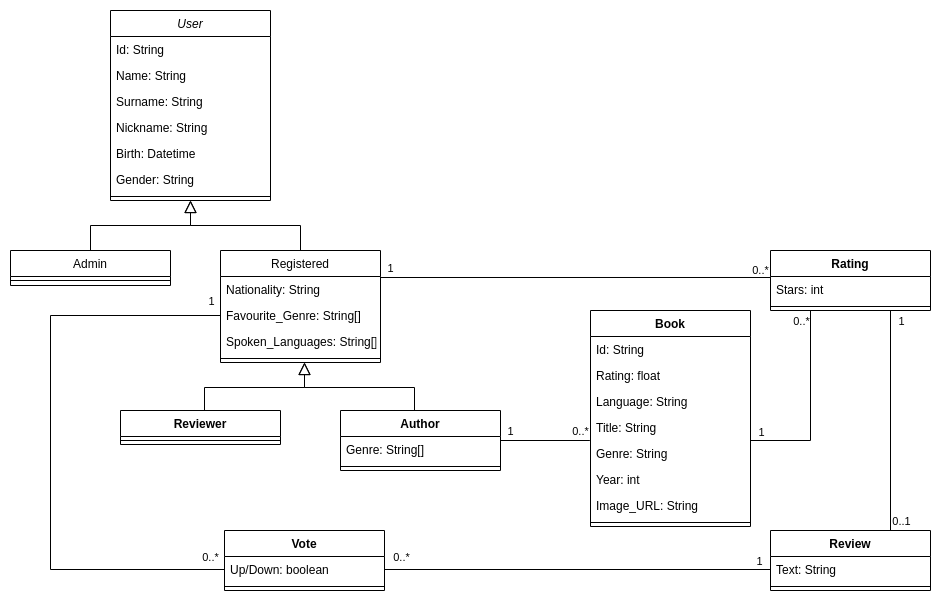
Froffri/BookAdvisor keeps this draw.io diagram as media/UML_Class.drawio.png. Above is the earlier version. Source tidied: cells renumbered, new cells last; positions are measured from the earlier drawing's top-left corner, leaving out a move shared by most shapes.
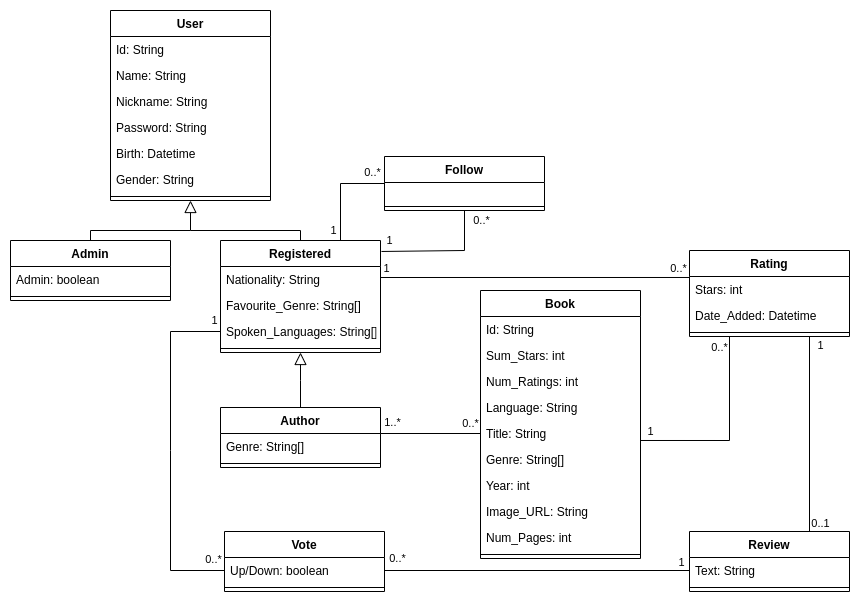
The same diagram one commit later.

Commit message:
Updated UML Class diagram

Diff of the diagram source:
```diff
@@ -2,7 +2,7 @@
   <root>
     <mxCell id="0" />
     <mxCell id="1" parent="0" />
-    <mxCell id="2" value="User" style="swimlane;fontStyle=2;align=center;verticalAlign=top;horizontal=1;startSize=26;rounded=0;shadow=0;strokeWidth=1;" parent="1" vertex="1">
+    <mxCell id="2" value="User" style="swimlane;fontStyle=1;align=center;verticalAlign=top;horizontal=1;startSize=26;rounded=0;shadow=0;strokeWidth=1;" parent="1" vertex="1">
       <mxGeometry x="100" width="160" height="190" as="geometry" />
     </mxCell>
     <mxCell id="3" value="Id: String" style="text;align=left;verticalAlign=top;spacingLeft=4;spacingRight=4;overflow=hidden;" parent="2" vertex="1">
@@ -11,12 +11,12 @@
     <mxCell id="4" value="Name: String" style="text;align=left;verticalAlign=top;spacingLeft=4;spacingRight=4;overflow=hidden;" parent="2" vertex="1">
       <mxGeometry y="52" width="160" height="26" as="geometry" />
     </mxCell>
+    <mxCell id="6" value="Nickname: String" style="text;align=left;verticalAlign=top;spacingLeft=4;spacingRight=4;overflow=hidden;" parent="2" vertex="1">
+      <mxGeometry y="78" width="160" height="26" as="geometry" />
+    </mxCell>
-    <mxCell id="5" value="Surname: String" style="text;align=left;verticalAlign=top;spacingLeft=4;spacingRight=4;overflow=hidden;" parent="2" vertex="1">
-      <mxGeometry y="78" width="160" height="26" as="geometry" />
+    <mxCell id="5" value="Password: String" style="text;align=left;verticalAlign=top;spacingLeft=4;spacingRight=4;overflow=hidden;" parent="2" vertex="1">
+      <mxGeometry y="104" width="160" height="26" as="geometry" />
     </mxCell>
-    <mxCell id="6" value="Nickname: String" style="text;align=left;verticalAlign=top;spacingLeft=4;spacingRight=4;overflow=hidden;" parent="2" vertex="1">
-      <mxGeometry y="104" width="160" height="26" as="geometry" />
-    </mxCell>
     <mxCell id="7" value="Birth: Datetime" style="text;align=left;verticalAlign=top;spacingLeft=4;spacingRight=4;overflow=hidden;" parent="2" vertex="1">
       <mxGeometry y="130" width="160" height="26" as="geometry" />
     </mxCell>
@@ -26,17 +26,16 @@
     <mxCell id="9" style="line;html=1;strokeWidth=1;align=left;verticalAlign=middle;spacingTop=-1;spacingLeft=3;spacingRight=3;labelPosition=right;" parent="2" vertex="1">
       <mxGeometry y="182" width="160" height="8" as="geometry" />
     </mxCell>
-    <mxCell id="10" value="Admin" style="swimlane;fontStyle=0;align=center;verticalAlign=top;horizontal=1;startSize=26;rounded=0;shadow=0;strokeWidth=1;" parent="1" vertex="1">
-      <mxGeometry y="240" width="160" height="35" as="geometry" />
-    </mxCell>
-    <mxCell id="11" style="line;html=1;strokeWidth=1;align=left;verticalAlign=middle;spacingTop=-1;spacingLeft=3;spacingRight=3;labelPosition=right;" parent="10" vertex="1">
-      <mxGeometry y="26" width="160" height="8" as="geometry" />
-    </mxCell>
-    <mxCell id="12" style="endArrow=block;endSize=10;endFill=0;shadow=0;strokeWidth=1;rounded=0;edgeStyle=elbowEdgeStyle;elbow=vertical;" parent="1" edge="1" source="10" target="2">
-      <mxGeometry relative="1" as="geometry" />
+    <mxCell id="12" style="endArrow=block;endSize=10;endFill=0;shadow=0;strokeWidth=1;rounded=0;edgeStyle=elbowEdgeStyle;elbow=vertical;exitX=0.5;exitY=0;exitDx=0;exitDy=0;" parent="1" edge="1" source="10">
+      <mxGeometry relative="1" as="geometry">
+        <mxPoint x="180" y="190" as="targetPoint" />
+        <Array as="points">
+          <mxPoint x="130" y="220" />
+        </Array>
+      </mxGeometry>
     </mxCell>
-    <mxCell id="13" value="Registered" style="swimlane;fontStyle=0;align=center;verticalAlign=top;horizontal=1;startSize=26;rounded=0;shadow=0;strokeWidth=1;" parent="1" vertex="1">
-      <mxGeometry x="210" y="240" width="160" height="112" as="geometry" />
+    <mxCell id="13" value="Registered" style="swimlane;fontStyle=1;align=center;verticalAlign=top;horizontal=1;startSize=26;rounded=0;shadow=0;strokeWidth=1;" parent="1" vertex="1">
+      <mxGeometry x="210" y="230" width="160" height="112" as="geometry" />
     </mxCell>
     <mxCell id="14" value="Nationality: String" style="text;align=left;verticalAlign=top;spacingLeft=4;spacingRight=4;overflow=hidden;" parent="13" vertex="1">
       <mxGeometry y="26" width="160" height="26" as="geometry" />
@@ -50,29 +49,11 @@
     <mxCell id="17" style="line;html=1;strokeWidth=1;align=left;verticalAlign=middle;spacingTop=-1;spacingLeft=3;spacingRight=3;labelPosition=right;" parent="13" vertex="1">
       <mxGeometry y="104" width="160" height="8" as="geometry" />
     </mxCell>
-    <mxCell id="18" style="endArrow=block;endSize=10;endFill=0;shadow=0;strokeWidth=1;rounded=0;edgeStyle=elbowEdgeStyle;elbow=vertical;" parent="1" edge="1" source="13" target="2">
-      <mxGeometry relative="1" as="geometry" />
-    </mxCell>
-    <mxCell id="19" style="endArrow=block;endSize=10;endFill=0;shadow=0;strokeWidth=1;rounded=0;edgeStyle=elbowEdgeStyle;elbow=vertical;" parent="1" edge="1">
-      <mxGeometry relative="1" as="geometry">
-        <mxPoint x="404" y="402" as="sourcePoint" />
-        <mxPoint x="294" y="352" as="targetPoint" />
-      </mxGeometry>
+    <mxCell id="19" style="endArrow=block;endSize=10;endFill=0;shadow=0;strokeWidth=1;rounded=0;edgeStyle=elbowEdgeStyle;elbow=vertical;exitX=0.5;exitY=0;exitDx=0;exitDy=0;entryX=0.5;entryY=1;entryDx=0;entryDy=0;" parent="1" edge="1" source="23" target="13">
+      <mxGeometry relative="1" as="geometry" />
     </mxCell>
-    <mxCell id="20" style="endArrow=block;endSize=10;endFill=0;shadow=0;strokeWidth=1;rounded=0;edgeStyle=elbowEdgeStyle;elbow=vertical;" parent="1" edge="1">
-      <mxGeometry relative="1" as="geometry">
-        <mxPoint x="194" y="402" as="sourcePoint" />
-        <mxPoint x="294" y="352" as="targetPoint" />
-      </mxGeometry>
-    </mxCell>
-    <mxCell id="21" value="Reviewer" style="swimlane;fontStyle=1;align=center;verticalAlign=top;horizontal=1;startSize=26;" parent="1" vertex="1">
-      <mxGeometry x="110" y="400" width="160" height="34" as="geometry" />
-    </mxCell>
-    <mxCell id="22" style="line;strokeWidth=1;fillColor=none;align=left;verticalAlign=middle;spacingTop=-1;spacingLeft=3;spacingRight=3;labelPosition=right;strokeColor=inherit;" parent="21" vertex="1">
-      <mxGeometry y="26" width="160" height="8" as="geometry" />
-    </mxCell>
     <mxCell id="23" value="Author" style="swimlane;fontStyle=1;align=center;verticalAlign=top;horizontal=1;startSize=26;" parent="1" vertex="1">
-      <mxGeometry x="330" y="400" width="160" height="60" as="geometry" />
+      <mxGeometry x="210" y="397" width="160" height="60" as="geometry" />
     </mxCell>
     <mxCell id="24" value="Genre: String[]" style="text;strokeColor=none;fillColor=none;align=left;verticalAlign=top;spacingLeft=4;spacingRight=4;overflow=hidden;points=[[0,0.5],[1,0.5]];portConstraint=eastwest;" parent="23" vertex="1">
       <mxGeometry y="26" width="160" height="26" as="geometry" />
@@ -81,53 +62,62 @@
       <mxGeometry y="52" width="160" height="8" as="geometry" />
     </mxCell>
     <mxCell id="26" value="Book" style="swimlane;fontStyle=1;align=center;verticalAlign=top;horizontal=1;startSize=26;" parent="1" vertex="1">
-      <mxGeometry x="580" y="300" width="160" height="216" as="geometry" />
+      <mxGeometry x="470" y="280" width="160" height="268" as="geometry" />
     </mxCell>
     <mxCell id="27" value="Id: String" style="text;strokeColor=none;fillColor=none;align=left;verticalAlign=top;spacingLeft=4;spacingRight=4;overflow=hidden;" parent="26" vertex="1">
       <mxGeometry y="26" width="160" height="26" as="geometry" />
     </mxCell>
-    <mxCell id="28" value="Rating: float" style="text;strokeColor=none;fillColor=none;align=left;verticalAlign=top;spacingLeft=4;spacingRight=4;overflow=hidden;" parent="26" vertex="1">
+    <mxCell id="28" value="Sum_Stars: int" style="text;strokeColor=none;fillColor=none;align=left;verticalAlign=top;spacingLeft=4;spacingRight=4;overflow=hidden;" parent="26" vertex="1">
       <mxGeometry y="52" width="160" height="26" as="geometry" />
     </mxCell>
+    <mxCell id="62" value="Num_Ratings: int" style="text;strokeColor=none;fillColor=none;align=left;verticalAlign=top;spacingLeft=4;spacingRight=4;overflow=hidden;" parent="26" vertex="1">
+      <mxGeometry y="78" width="160" height="26" as="geometry" />
+    </mxCell>
     <mxCell id="29" value="Language: String" style="text;strokeColor=none;fillColor=none;align=left;verticalAlign=top;spacingLeft=4;spacingRight=4;overflow=hidden;" parent="26" vertex="1">
-      <mxGeometry y="78" width="160" height="26" as="geometry" />
+      <mxGeometry y="104" width="160" height="26" as="geometry" />
     </mxCell>
     <mxCell id="30" value="Title: String" style="text;strokeColor=none;fillColor=none;align=left;verticalAlign=top;spacingLeft=4;spacingRight=4;overflow=hidden;points=[[0,0.5],[1,0.5]];portConstraint=eastwest;" parent="26" vertex="1">
-      <mxGeometry y="104" width="160" height="26" as="geometry" />
+      <mxGeometry y="130" width="160" height="26" as="geometry" />
     </mxCell>
-    <mxCell id="31" value="Genre: String" style="text;strokeColor=none;fillColor=none;align=left;verticalAlign=top;spacingLeft=4;spacingRight=4;overflow=hidden;points=[[0,0.5],[1,0.5]];portConstraint=eastwest;" parent="26" vertex="1">
-      <mxGeometry y="130" width="160" height="26" as="geometry" />
+    <mxCell id="31" value="Genre: String[]" style="text;strokeColor=none;fillColor=none;align=left;verticalAlign=top;spacingLeft=4;spacingRight=4;overflow=hidden;points=[[0,0.5],[1,0.5]];portConstraint=eastwest;" parent="26" vertex="1">
+      <mxGeometry y="156" width="160" height="26" as="geometry" />
     </mxCell>
     <mxCell id="32" value="Year: int" style="text;strokeColor=none;fillColor=none;align=left;verticalAlign=top;spacingLeft=4;spacingRight=4;overflow=hidden;" parent="26" vertex="1">
-      <mxGeometry y="156" width="160" height="26" as="geometry" />
+      <mxGeometry y="182" width="160" height="26" as="geometry" />
     </mxCell>
     <mxCell id="33" value="Image_URL: String&#10;" style="text;strokeColor=none;fillColor=none;align=left;verticalAlign=top;spacingLeft=4;spacingRight=4;overflow=hidden;" parent="26" vertex="1">
-      <mxGeometry y="182" width="160" height="26" as="geometry" />
+      <mxGeometry y="208" width="160" height="26" as="geometry" />
     </mxCell>
+    <mxCell id="63" value="Num_Pages: int" style="text;strokeColor=none;fillColor=none;align=left;verticalAlign=top;spacingLeft=4;spacingRight=4;overflow=hidden;" parent="26" vertex="1">
+      <mxGeometry y="234" width="160" height="26" as="geometry" />
+    </mxCell>
     <mxCell id="34" style="line;strokeWidth=1;fillColor=none;align=left;verticalAlign=middle;spacingTop=-1;spacingLeft=3;spacingRight=3;labelPosition=right;strokeColor=inherit;" parent="26" vertex="1">
-      <mxGeometry y="208" width="160" height="8" as="geometry" />
+      <mxGeometry y="260" width="160" height="8" as="geometry" />
     </mxCell>
-    <mxCell id="35" style="endArrow=none;html=1;rounded=0;exitX=1;exitY=0.5;exitDx=0;exitDy=0;entryX=-0.004;entryY=0;entryDx=0;entryDy=0;entryPerimeter=0;" parent="1" edge="1" source="23" target="31">
+    <mxCell id="35" style="endArrow=none;html=1;rounded=0;entryX=0;entryY=0.5;entryDx=0;entryDy=0;exitX=1;exitY=0;exitDx=0;exitDy=0;exitPerimeter=0;" parent="1" edge="1" source="24" target="30">
       <mxGeometry relative="1" as="geometry" />
     </mxCell>
-    <mxCell id="36" value="1" style="edgeLabel;html=1;align=center;verticalAlign=middle;" parent="35" vertex="1">
-      <mxGeometry x="-0.41" y="-4" relative="1" as="geometry">
-        <mxPoint x="-17" y="-14" as="offset" />
-      </mxGeometry>
-    </mxCell>
     <mxCell id="37" value="0..*" style="edgeLabel;html=1;align=center;verticalAlign=middle;" parent="35" vertex="1">
       <mxGeometry x="0.79" y="3" relative="1" as="geometry">
-        <mxPoint x="-1" y="-7" as="offset" />
+        <mxPoint y="-8" as="offset" />
       </mxGeometry>
     </mxCell>
+    <mxCell id="64" value="1..*" style="edgeLabel;html=1;align=center;verticalAlign=middle;" parent="35" vertex="1">
+      <mxGeometry x="-0.59" y="3" relative="1" as="geometry">
+        <mxPoint x="-10" y="-9" as="offset" />
+      </mxGeometry>
+    </mxCell>
     <mxCell id="38" value="Rating" style="swimlane;fontStyle=1;align=center;verticalAlign=top;horizontal=1;startSize=26;" parent="1" vertex="1">
-      <mxGeometry x="760" y="240" width="160" height="60" as="geometry" />
+      <mxGeometry x="679" y="240" width="160" height="86" as="geometry" />
     </mxCell>
     <mxCell id="39" value="Stars: int" style="text;strokeColor=none;fillColor=none;align=left;verticalAlign=top;spacingLeft=4;spacingRight=4;overflow=hidden;points=[[0,0.5],[1,0.5]];portConstraint=eastwest;" parent="38" vertex="1">
       <mxGeometry y="26" width="160" height="26" as="geometry" />
     </mxCell>
+    <mxCell id="65" value="Date_Added: Datetime" style="text;strokeColor=none;fillColor=none;align=left;verticalAlign=top;spacingLeft=4;spacingRight=4;overflow=hidden;" parent="38" vertex="1">
+      <mxGeometry y="52" width="160" height="26" as="geometry" />
+    </mxCell>
     <mxCell id="40" style="line;strokeWidth=1;fillColor=none;align=left;verticalAlign=middle;spacingTop=-1;spacingLeft=3;spacingRight=3;labelPosition=right;points=[];portConstraint=eastwest;strokeColor=inherit;" parent="38" vertex="1">
-      <mxGeometry y="52" width="160" height="8" as="geometry" />
+      <mxGeometry y="78" width="160" height="8" as="geometry" />
     </mxCell>
     <mxCell id="41" style="endArrow=none;html=1;rounded=0;exitX=0;exitY=0.038;exitDx=0;exitDy=0;exitPerimeter=0;" parent="1" edge="1" source="39">
       <mxGeometry relative="1" as="geometry">
@@ -141,11 +131,11 @@
     </mxCell>
     <mxCell id="43" value="0..*" style="edgeLabel;html=1;align=center;verticalAlign=middle;" parent="41" vertex="1">
       <mxGeometry x="-0.89" y="-1" relative="1" as="geometry">
-        <mxPoint x="11" y="-6" as="offset" />
+        <mxPoint x="6" y="-8" as="offset" />
       </mxGeometry>
     </mxCell>
     <mxCell id="44" value="Review" style="swimlane;fontStyle=1;align=center;verticalAlign=top;horizontal=1;startSize=26;" parent="1" vertex="1">
-      <mxGeometry x="760" y="520" width="160" height="60" as="geometry" />
+      <mxGeometry x="679" y="521" width="160" height="60" as="geometry" />
     </mxCell>
     <mxCell id="45" value="Text: String" style="text;strokeColor=none;fillColor=none;align=left;verticalAlign=top;spacingLeft=4;spacingRight=4;overflow=hidden;points=[[0,0.5],[1,0.5]];portConstraint=eastwest;" parent="44" vertex="1">
       <mxGeometry y="26" width="160" height="26" as="geometry" />
@@ -158,7 +148,7 @@
     </mxCell>
     <mxCell id="48" value="0..1" style="edgeLabel;html=1;align=center;verticalAlign=middle;" parent="47" vertex="1">
       <mxGeometry x="-0.8" y="-1" relative="1" as="geometry">
-        <mxPoint x="9" y="12" as="offset" />
+        <mxPoint x="9" y="10" as="offset" />
       </mxGeometry>
     </mxCell>
     <mxCell id="49" value="1" style="edgeLabel;html=1;align=center;verticalAlign=middle;" parent="47" vertex="1">
@@ -167,7 +157,7 @@
       </mxGeometry>
     </mxCell>
     <mxCell id="50" value="Vote" style="swimlane;fontStyle=1;align=center;verticalAlign=top;horizontal=1;startSize=26;" parent="1" vertex="1">
-      <mxGeometry x="214" y="520" width="160" height="60" as="geometry" />
+      <mxGeometry x="214" y="521" width="160" height="60" as="geometry" />
     </mxCell>
     <mxCell id="51" value="Up/Down: boolean" style="text;strokeColor=none;fillColor=none;align=left;verticalAlign=top;spacingLeft=4;spacingRight=4;overflow=hidden;points=[[0,0.5],[1,0.5]];portConstraint=eastwest;" parent="50" vertex="1">
       <mxGeometry y="26" width="160" height="26" as="geometry" />
@@ -175,7 +165,7 @@
     <mxCell id="52" style="line;strokeWidth=1;fillColor=none;align=left;verticalAlign=middle;spacingTop=-1;spacingLeft=3;spacingRight=3;labelPosition=right;strokeColor=inherit;" parent="50" vertex="1">
       <mxGeometry y="52" width="160" height="8" as="geometry" />
     </mxCell>
-    <mxCell id="53" style="endArrow=none;html=1;rounded=0;exitX=1;exitY=0.5;exitDx=0;exitDy=0;entryX=0;entryY=0.5;entryDx=0;entryDy=0;" parent="1" edge="1" source="51" target="45">
+    <mxCell id="53" style="endArrow=none;html=1;rounded=0;entryX=0;entryY=0.5;entryDx=0;entryDy=0;exitX=1;exitY=0.5;exitDx=0;exitDy=0;" parent="1" edge="1" source="51" target="45">
       <mxGeometry relative="1" as="geometry" />
     </mxCell>
     <mxCell id="54" value="0..*" style="edgeLabel;html=1;align=center;verticalAlign=middle;" parent="53" vertex="1">
@@ -188,29 +178,29 @@
         <mxPoint y="-9" as="offset" />
       </mxGeometry>
     </mxCell>
-    <mxCell id="56" style="endArrow=none;html=1;rounded=0;entryX=0;entryY=0.5;entryDx=0;entryDy=0;exitX=0;exitY=0.5;exitDx=0;exitDy=0;" parent="1" edge="1" source="51" target="15">
+    <mxCell id="56" style="endArrow=none;html=1;rounded=0;entryX=0;entryY=0.5;entryDx=0;entryDy=0;exitX=0;exitY=0.5;exitDx=0;exitDy=0;" parent="1" edge="1" source="51" target="16">
       <mxGeometry relative="1" as="geometry">
         <Array as="points">
-          <mxPoint x="40" y="559" />
-          <mxPoint x="40" y="305" />
+          <mxPoint x="160" y="560" />
+          <mxPoint x="160" y="440" />
+          <mxPoint x="160" y="321" />
         </Array>
       </mxGeometry>
     </mxCell>
     <mxCell id="57" value="0..*" style="edgeLabel;html=1;align=center;verticalAlign=middle;" parent="56" vertex="1">
       <mxGeometry x="-0.95" y="-1" relative="1" as="geometry">
-        <mxPoint y="-12" as="offset" />
+        <mxPoint x="-3" y="-11" as="offset" />
       </mxGeometry>
     </mxCell>
     <mxCell id="58" value="1" style="edgeLabel;html=1;align=center;verticalAlign=middle;" parent="56" vertex="1">
       <mxGeometry x="0.96" y="-1" relative="1" as="geometry">
-        <mxPoint x="3" y="-16" as="offset" />
+        <mxPoint y="-13" as="offset" />
       </mxGeometry>
     </mxCell>
-    <mxCell id="59" style="endArrow=none;html=1;rounded=0;entryX=0.25;entryY=1;entryDx=0;entryDy=0;" parent="1" edge="1" target="38">
+    <mxCell id="59" style="endArrow=none;html=1;rounded=0;entryX=0.25;entryY=1;entryDx=0;entryDy=0;exitX=1;exitY=0.769;exitDx=0;exitDy=0;exitPerimeter=0;" parent="1" edge="1" source="30" target="38">
       <mxGeometry relative="1" as="geometry">
-        <mxPoint x="740" y="430" as="sourcePoint" />
         <Array as="points">
-          <mxPoint x="800" y="430" />
+          <mxPoint x="719" y="430" />
         </Array>
       </mxGeometry>
     </mxCell>
@@ -221,8 +211,65 @@
     </mxCell>
     <mxCell id="61" value="0..*" style="edgeLabel;html=1;align=center;verticalAlign=middle;" parent="59" vertex="1">
       <mxGeometry x="0.86" y="-1" relative="1" as="geometry">
-        <mxPoint x="-11" y="-3" as="offset" />
+        <mxPoint x="-12" y="-3" as="offset" />
       </mxGeometry>
     </mxCell>
+    <mxCell id="10" value="Admin" style="swimlane;fontStyle=1;align=center;verticalAlign=top;horizontal=1;startSize=26;rounded=0;shadow=0;strokeWidth=1;" parent="1" vertex="1">
+      <mxGeometry y="230" width="160" height="60" as="geometry" />
+    </mxCell>
+    <mxCell id="66" value="Admin: boolean" style="text;align=left;verticalAlign=top;spacingLeft=4;spacingRight=4;overflow=hidden;" parent="10" vertex="1">
+      <mxGeometry y="26" width="160" height="26" as="geometry" />
+    </mxCell>
+    <mxCell id="67" style="line;html=1;strokeWidth=1;align=left;verticalAlign=middle;spacingTop=-1;spacingLeft=3;spacingRight=3;labelPosition=right;" parent="10" vertex="1">
+      <mxGeometry y="52" width="160" height="8" as="geometry" />
+    </mxCell>
+    <mxCell id="68" value="Follow" style="swimlane;fontStyle=1;align=center;verticalAlign=top;horizontal=1;startSize=26;" parent="1" vertex="1">
+      <mxGeometry x="374" y="146" width="160" height="54" as="geometry" />
+    </mxCell>
+    <mxCell id="69" style="endArrow=none;html=1;rounded=0;exitX=1.006;exitY=0.098;exitDx=0;exitDy=0;exitPerimeter=0;entryX=0.5;entryY=1;entryDx=0;entryDy=0;" parent="1" edge="1" source="13" target="68">
+      <mxGeometry relative="1" as="geometry">
+        <Array as="points">
+          <mxPoint x="454" y="240" />
+        </Array>
+      </mxGeometry>
+    </mxCell>
+    <mxCell id="70" value="1" style="edgeLabel;html=1;align=center;verticalAlign=middle;" parent="69" vertex="1">
+      <mxGeometry x="-0.82" relative="1" as="geometry">
+        <mxPoint x="-3" y="-11" as="offset" />
+      </mxGeometry>
+    </mxCell>
+    <mxCell id="71" value="0..*" style="edgeLabel;html=1;align=center;verticalAlign=middle;" parent="69" vertex="1">
+      <mxGeometry x="0.8" y="2" relative="1" as="geometry">
+        <mxPoint x="18" y="-3" as="offset" />
+      </mxGeometry>
+    </mxCell>
+    <mxCell id="72" style="endArrow=none;html=1;rounded=0;entryX=0.5;entryY=0;entryDx=0;entryDy=0;" parent="1" edge="1" target="13">
+      <mxGeometry relative="1" as="geometry">
+        <mxPoint x="180" y="220" as="sourcePoint" />
+        <Array as="points">
+          <mxPoint x="290" y="220" />
+        </Array>
+      </mxGeometry>
+    </mxCell>
+    <mxCell id="73" style="line;strokeWidth=1;fillColor=none;align=left;verticalAlign=middle;spacingTop=-1;spacingLeft=3;spacingRight=3;labelPosition=right;strokeColor=inherit;" parent="1" vertex="1">
+      <mxGeometry x="374" y="149" width="160" height="94" as="geometry" />
+    </mxCell>
+    <mxCell id="74" style="endArrow=none;html=1;rounded=0;entryX=0;entryY=0.5;entryDx=0;entryDy=0;exitX=0.75;exitY=0;exitDx=0;exitDy=0;" parent="1" edge="1" source="13" target="68">
+      <mxGeometry relative="1" as="geometry">
+        <Array as="points">
+          <mxPoint x="330" y="173" />
+        </Array>
+      </mxGeometry>
+    </mxCell>
+    <mxCell id="75" value="1" style="edgeLabel;html=1;align=center;verticalAlign=middle;" parent="74" vertex="1">
+      <mxGeometry x="-0.68" y="-1" relative="1" as="geometry">
+        <mxPoint x="-9" y="5" as="offset" />
+      </mxGeometry>
+    </mxCell>
+    <mxCell id="76" value="0..*" style="edgeLabel;html=1;align=center;verticalAlign=middle;" parent="74" vertex="1">
+      <mxGeometry x="0.76" y="-2" relative="1" as="geometry">
+        <mxPoint x="-1" y="-14" as="offset" />
+      </mxGeometry>
+    </mxCell>
   </root>
 </mxGraphModel>
```
